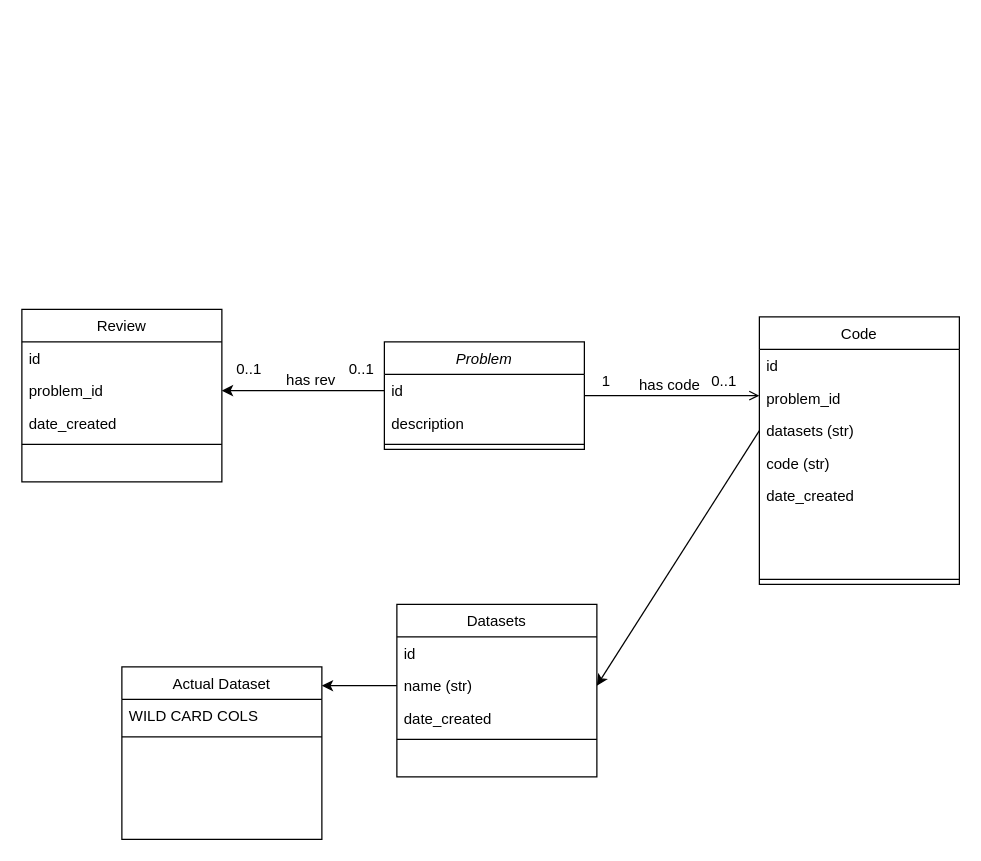
Before: docs/memory_db.drawio in FergusCurrie/memory, a draw.io diagram. Source tidied: cells renumbered, new cells numbered last; positions are measured from the earlier drawing's top-left corner, leaving out a move shared by most shapes. Both pictures are drawn from the tidied source at 125%, with x=0, y=0 at pixel (21, 309).
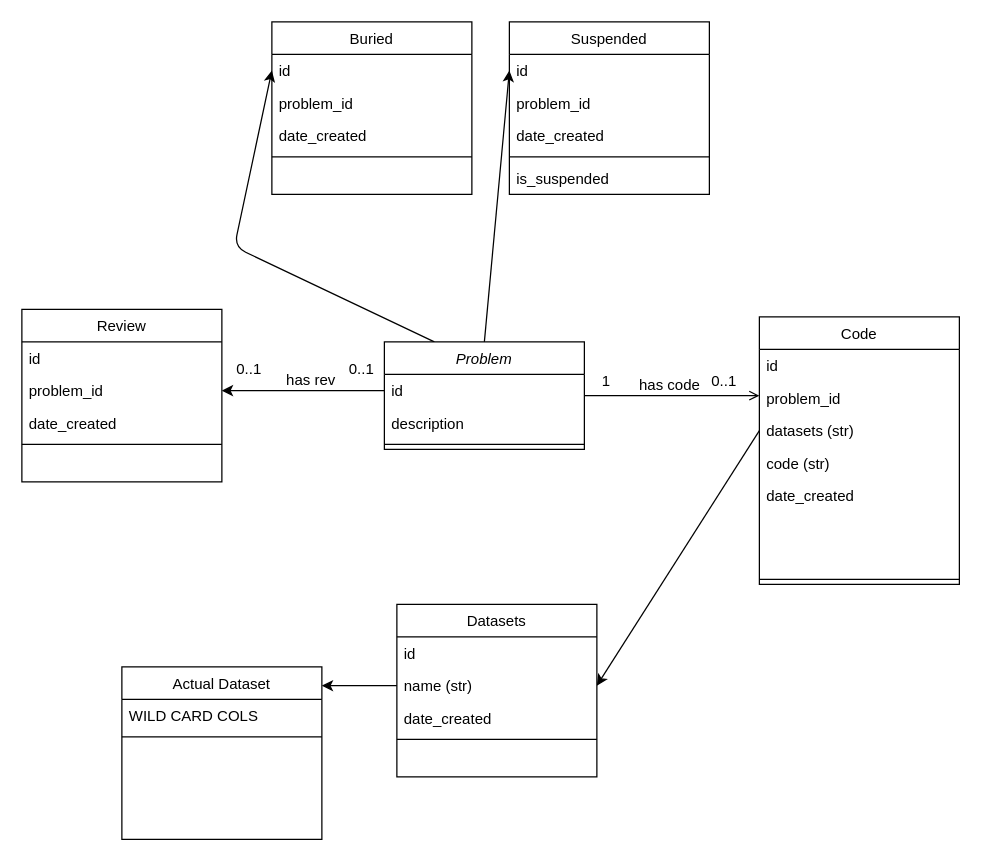
Above is the later version.

Unchanged cells that the change refers to:
```xml
<mxCell id="2" value="Problem" style="swimlane;fontStyle=2;align=center;verticalAlign=top;horizontal=1;startSize=26;rounded=0;shadow=0;strokeWidth=1;" parent="1" vertex="1">
  <mxGeometry x="290" y="26" width="160" height="86" as="geometry" />
</mxCell>
```

Diff of the diagram source:
```diff
@@
+    <mxCell id="36" style="edgeStyle=none;html=1;exitX=0.25;exitY=0;exitDx=0;exitDy=0;entryX=0;entryY=0.5;entryDx=0;entryDy=0;" parent="1" edge="1" source="2" target="38">
+      <mxGeometry relative="1" as="geometry">
+        <Array as="points">
+          <mxPoint x="170" y="-50" />
+        </Array>
+      </mxGeometry>
+    </mxCell>
@@
+    <mxCell id="37" value="Buried" style="swimlane;fontStyle=0;align=center;verticalAlign=top;horizontal=1;startSize=26;rounded=0;shadow=0;strokeWidth=1;" parent="1" vertex="1">
+      <mxGeometry x="200" y="-230" width="160" height="138" as="geometry" />
+    </mxCell>
+    <mxCell id="38" value="id" style="text;align=left;verticalAlign=top;spacingLeft=4;spacingRight=4;overflow=hidden;points=[[0,0.5],[1,0.5]];portConstraint=eastwest;" parent="37" vertex="1">
+      <mxGeometry y="26" width="160" height="26" as="geometry" />
+    </mxCell>
+    <mxCell id="39" value="problem_id" style="text;align=left;verticalAlign=top;spacingLeft=4;spacingRight=4;overflow=hidden;rounded=0;shadow=0;html=0;" parent="37" vertex="1">
+      <mxGeometry y="52" width="160" height="26" as="geometry" />
+    </mxCell>
+    <mxCell id="40" value="date_created" style="text;align=left;verticalAlign=top;spacingLeft=4;spacingRight=4;overflow=hidden;rounded=0;shadow=0;html=0;" parent="37" vertex="1">
+      <mxGeometry y="78" width="160" height="26" as="geometry" />
+    </mxCell>
+    <mxCell id="41" style="line;html=1;strokeWidth=1;align=left;verticalAlign=middle;spacingTop=-1;spacingLeft=3;spacingRight=3;labelPosition=right;" parent="37" vertex="1">
+      <mxGeometry y="104" width="160" height="8" as="geometry" />
+    </mxCell>
+    <mxCell id="42" value="Suspended" style="swimlane;fontStyle=0;align=center;verticalAlign=top;horizontal=1;startSize=26;rounded=0;shadow=0;strokeWidth=1;" parent="1" vertex="1">
+      <mxGeometry x="390" y="-230" width="160" height="138" as="geometry" />
+    </mxCell>
+    <mxCell id="43" value="id" style="text;align=left;verticalAlign=top;spacingLeft=4;spacingRight=4;overflow=hidden;points=[[0,0.5],[1,0.5]];portConstraint=eastwest;" parent="42" vertex="1">
+      <mxGeometry y="26" width="160" height="26" as="geometry" />
+    </mxCell>
+    <mxCell id="44" value="problem_id" style="text;align=left;verticalAlign=top;spacingLeft=4;spacingRight=4;overflow=hidden;rounded=0;shadow=0;html=0;" parent="42" vertex="1">
+      <mxGeometry y="52" width="160" height="26" as="geometry" />
+    </mxCell>
+    <mxCell id="45" value="date_created" style="text;align=left;verticalAlign=top;spacingLeft=4;spacingRight=4;overflow=hidden;rounded=0;shadow=0;html=0;" parent="42" vertex="1">
+      <mxGeometry y="78" width="160" height="26" as="geometry" />
+    </mxCell>
+    <mxCell id="46" style="line;html=1;strokeWidth=1;align=left;verticalAlign=middle;spacingTop=-1;spacingLeft=3;spacingRight=3;labelPosition=right;" parent="42" vertex="1">
+      <mxGeometry y="104" width="160" height="8" as="geometry" />
+    </mxCell>
+    <mxCell id="47" value="is_suspended" style="text;align=left;verticalAlign=top;spacingLeft=4;spacingRight=4;overflow=hidden;rounded=0;shadow=0;html=0;" parent="42" vertex="1">
+      <mxGeometry y="112" width="160" height="26" as="geometry" />
+    </mxCell>
+    <mxCell id="48" style="endArrow=classic;html=1;exitX=0.5;exitY=0;exitDx=0;exitDy=0;entryX=0;entryY=0.5;entryDx=0;entryDy=0;" parent="1" edge="1" source="2" target="43">
+      <mxGeometry relative="1" as="geometry" />
+    </mxCell>
```
